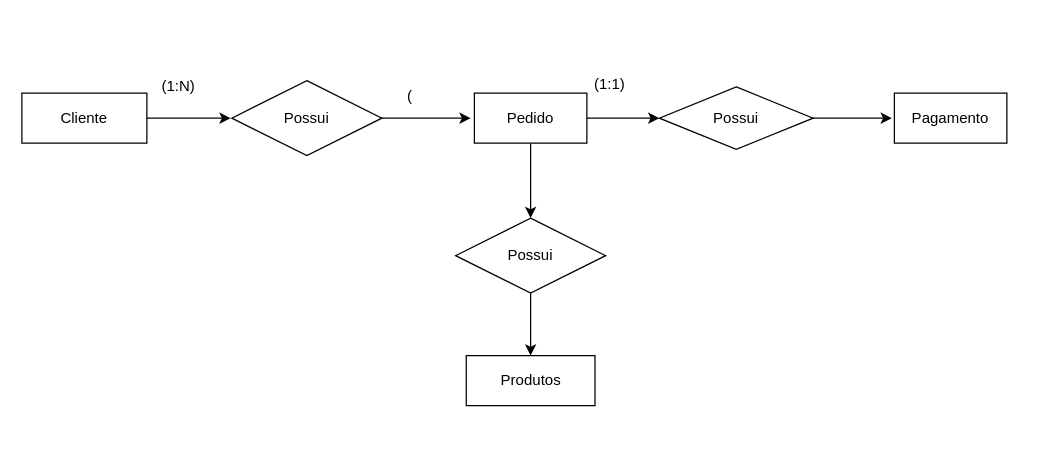
The draw.io diagram page "Modelo Conceitual" (1 of 3) of BancoDeDados/ProjetoECommerce.drawio in ThalitaNeves95/ProjetoECommerce, before the edit. Source tidied: cells renumbered, new cells numbered last; positions are measured from the earlier drawing's top-left corner, leaving out a move shared by most shapes. Both pictures are drawn from the tidied source at 125%, with x=0, y=0 at pixel (21, 65).
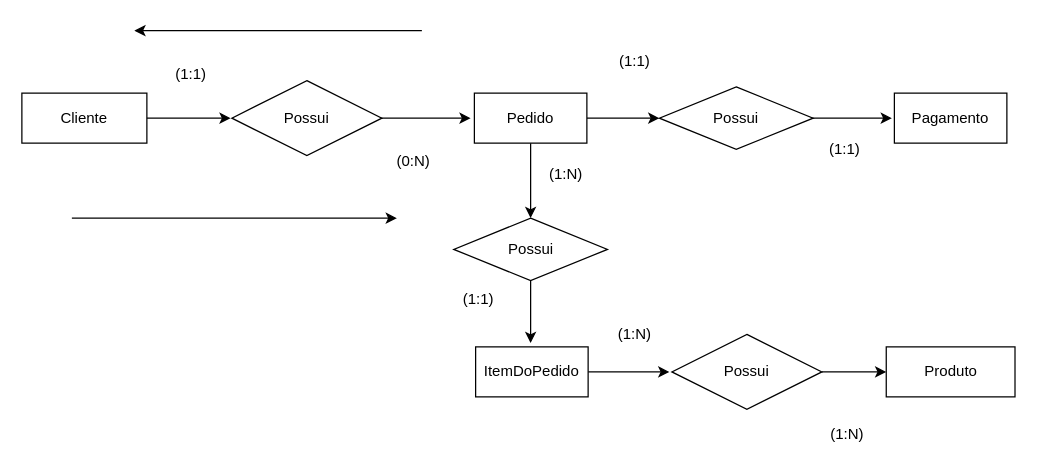
Above is the later version.

Commit message:
Finalização da modelagem do Projeto E-Commerce

Unchanged cells that the change refers to:
```xml
<mxCell id="8" value="Pedido" style="whiteSpace=wrap;html=1;" parent="1" vertex="1">
  <mxGeometry x="362" y="22" width="90" height="40" as="geometry" />
</mxCell>
```

Diff of the diagram source:
```diff
@@
-    <mxCell id="6" style="edgeStyle=orthogonalEdgeStyle;rounded=0;jettySize=auto;html=1;" parent="1" edge="1" source="8">
-      <mxGeometry relative="1" as="geometry">
-        <mxPoint x="407" y="122" as="targetPoint" />
-      </mxGeometry>
-    </mxCell>
@@
+    <mxCell id="18" style="edgeStyle=orthogonalEdgeStyle;rounded=0;jettySize=auto;html=1;entryX=0.5;entryY=0;entryDx=0;entryDy=0;" parent="1" edge="1" source="8" target="20">
+      <mxGeometry relative="1" as="geometry" />
+    </mxCell>
@@
     <mxCell id="10" value="Possui" style="shape=rhombus;perimeter=rhombusPerimeter;whiteSpace=wrap;html=1;align=center;" parent="1" vertex="1">
-      <mxGeometry x="347" y="122" width="120" height="60" as="geometry" />
+      <mxGeometry x="520" y="215" width="120" height="60" as="geometry" />
     </mxCell>
-    <mxCell id="11" value="Produtos" style="whiteSpace=wrap;html=1;" parent="1" vertex="1">
-      <mxGeometry x="355.5" y="232" width="103" height="40" as="geometry" />
+    <mxCell id="11" value="Produto" style="whiteSpace=wrap;html=1;" parent="1" vertex="1">
+      <mxGeometry x="691.5" y="225" width="103" height="40" as="geometry" />
     </mxCell>
@@
-    <mxCell id="15" value="(1:N)" style="text;html=1;align=center;verticalAlign=middle;strokeColor=none;fillColor=none;" parent="1" vertex="1">
-      <mxGeometry x="100" y="2" width="50" height="30" as="geometry" />
-    </mxCell>
-    <mxCell id="16" value="(1:1)" style="text;html=1;align=center;verticalAlign=middle;strokeColor=none;fillColor=none;" parent="1" vertex="1">
-      <mxGeometry x="445" width="50" height="30" as="geometry" />
-    </mxCell>
-    <mxCell id="17" value="(" style="text;html=1;align=center;verticalAlign=middle;strokeColor=none;fillColor=none;" parent="1" vertex="1">
-      <mxGeometry x="295" y="10" width="30" height="30" as="geometry" />
-    </mxCell>
+    <mxCell id="19" style="edgeStyle=orthogonalEdgeStyle;rounded=0;jettySize=auto;html=1;" parent="1" edge="1" source="20">
+      <mxGeometry relative="1" as="geometry">
+        <mxPoint x="407" y="222" as="targetPoint" />
+      </mxGeometry>
+    </mxCell>
+    <mxCell id="20" value="Possui" style="rhombus;whiteSpace=wrap;html=1;" parent="1" vertex="1">
+      <mxGeometry x="345.5" y="122" width="123" height="50" as="geometry" />
+    </mxCell>
+    <mxCell id="21" style="edgeStyle=orthogonalEdgeStyle;rounded=0;jettySize=auto;html=1;" parent="1" edge="1" source="22">
+      <mxGeometry relative="1" as="geometry">
+        <mxPoint x="518" y="245" as="targetPoint" />
+      </mxGeometry>
+    </mxCell>
+    <mxCell id="22" value="ItemDoPedido" style="whiteSpace=wrap;html=1;" parent="1" vertex="1">
+      <mxGeometry x="363" y="225" width="90" height="40" as="geometry" />
+    </mxCell>
+    <mxCell id="23" value="(0:N)" style="text;html=1;align=center;verticalAlign=middle;strokeColor=none;fillColor=none;" parent="1" vertex="1">
+      <mxGeometry x="288" y="62" width="50" height="30" as="geometry" />
+    </mxCell>
+    <mxCell id="24" value="(1:1)" style="text;html=1;align=center;verticalAlign=middle;strokeColor=none;fillColor=none;" parent="1" vertex="1">
+      <mxGeometry x="110" y="-8" width="50" height="30" as="geometry" />
+    </mxCell>
+    <mxCell id="25" style="endArrow=classic;html=1;rounded=0;" parent="1" edge="1">
+      <mxGeometry relative="1" as="geometry">
+        <mxPoint x="320" y="-28" as="sourcePoint" />
+        <mxPoint x="90" y="-28" as="targetPoint" />
+      </mxGeometry>
+    </mxCell>
+    <mxCell id="26" style="endArrow=classic;html=1;rounded=0;" parent="1" edge="1">
+      <mxGeometry relative="1" as="geometry">
+        <mxPoint x="40" y="122" as="sourcePoint" />
+        <mxPoint x="300" y="122" as="targetPoint" />
+      </mxGeometry>
+    </mxCell>
+    <mxCell id="27" value="(1:1)" style="text;html=1;align=center;verticalAlign=middle;strokeColor=none;fillColor=none;" parent="1" vertex="1">
+      <mxGeometry x="465" y="-18" width="50" height="30" as="geometry" />
+    </mxCell>
+    <mxCell id="28" value="(1:1)" style="text;html=1;align=center;verticalAlign=middle;strokeColor=none;fillColor=none;" parent="1" vertex="1">
+      <mxGeometry x="633" y="52" width="50" height="30" as="geometry" />
+    </mxCell>
+    <mxCell id="29" value="(1:N)" style="text;html=1;align=center;verticalAlign=middle;strokeColor=none;fillColor=none;" parent="1" vertex="1">
+      <mxGeometry x="410" y="72" width="50" height="30" as="geometry" />
+    </mxCell>
+    <mxCell id="30" value="(1:1)" style="text;html=1;align=center;verticalAlign=middle;strokeColor=none;fillColor=none;" parent="1" vertex="1">
+      <mxGeometry x="340" y="172" width="50" height="30" as="geometry" />
+    </mxCell>
+    <mxCell id="31" value="(1:N)" style="text;html=1;align=center;verticalAlign=middle;strokeColor=none;fillColor=none;" parent="1" vertex="1">
+      <mxGeometry x="465" y="200" width="50" height="30" as="geometry" />
+    </mxCell>
+    <mxCell id="32" value="(1:N)" style="text;html=1;align=center;verticalAlign=middle;strokeColor=none;fillColor=none;" parent="1" vertex="1">
+      <mxGeometry x="635" y="280" width="50" height="30" as="geometry" />
+    </mxCell>
```
